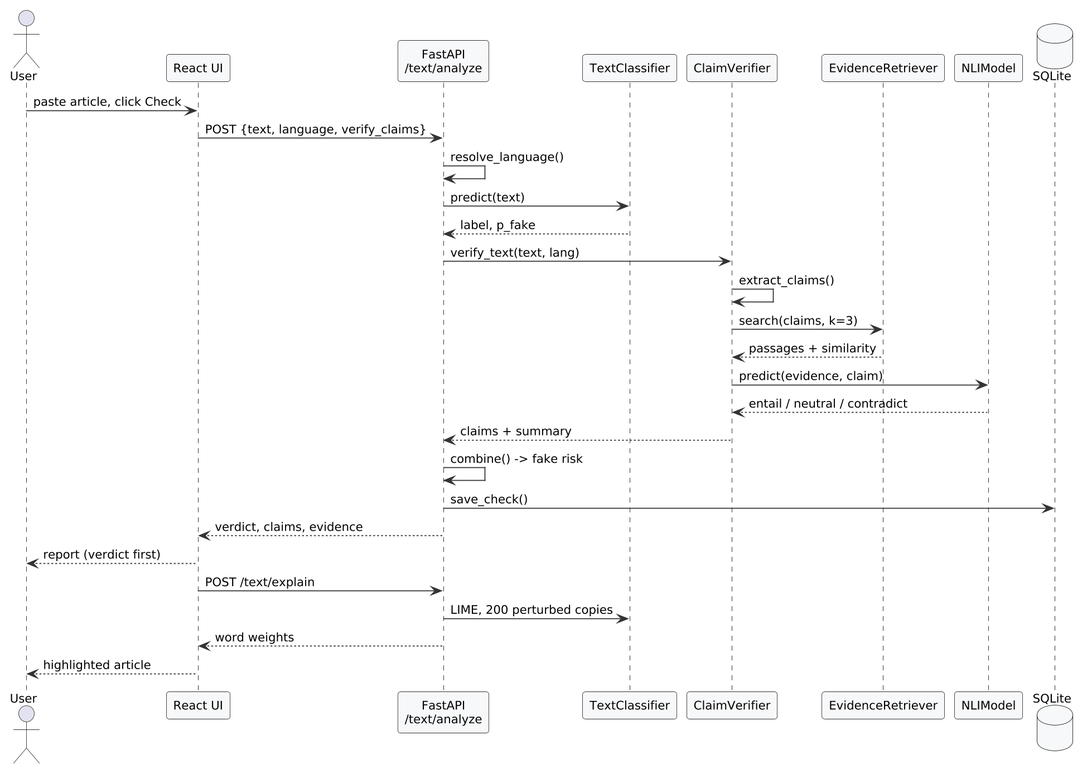
Earlier version of the PlantUML export report/figures/sequence_text.png (srivalli-kagitha/Fake-News-Detection).
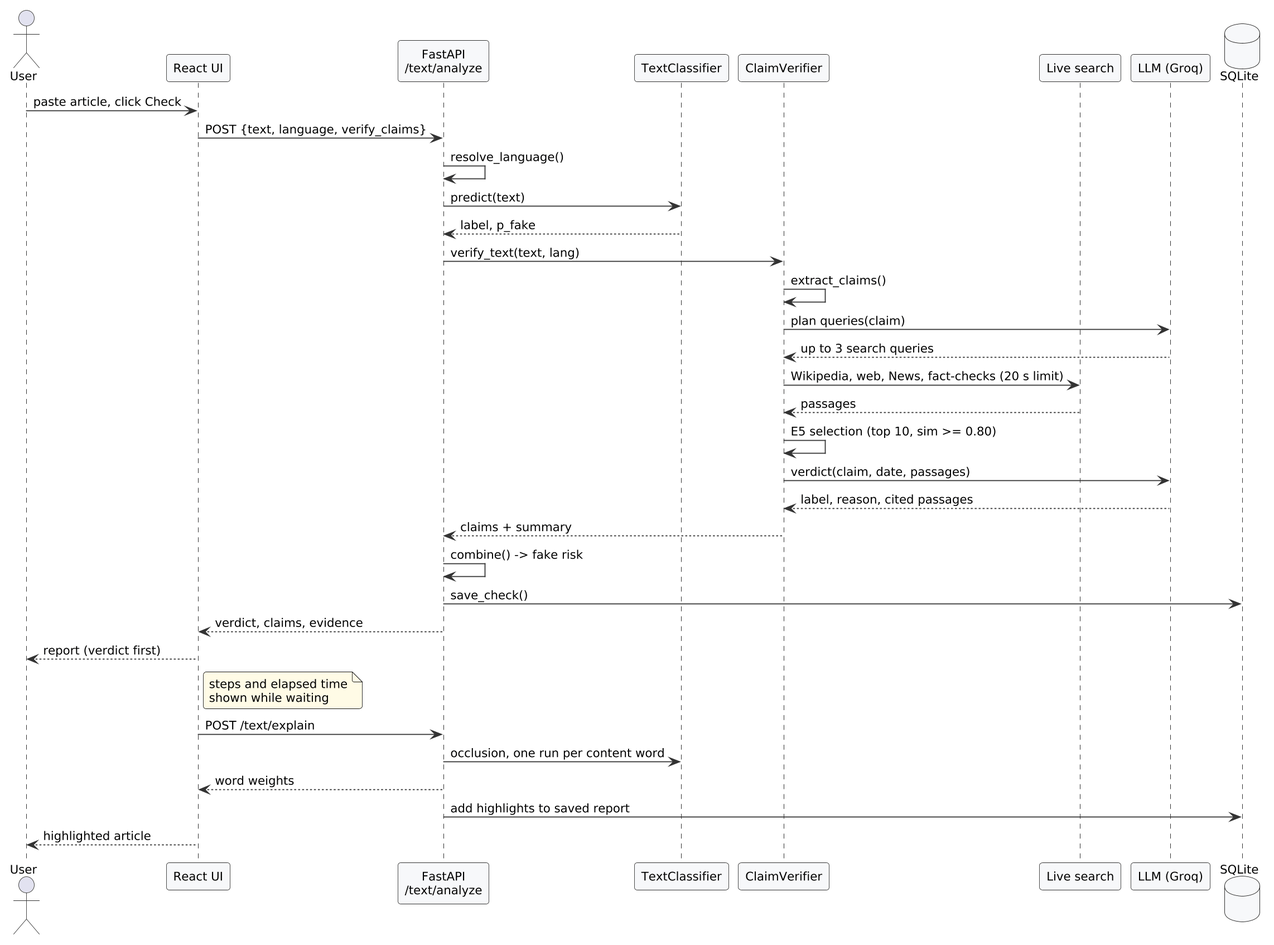
Above is the later version.

Change to the diagram source:
```diff
@@ -25,8 +25,8 @@
 participant "FastAPI\n/text/analyze" as API
 participant "TextClassifier" as C
 participant "ClaimVerifier" as V
-participant "EvidenceRetriever" as R
-participant "NLIModel" as N
+participant "Live search" as R
+participant "LLM (Groq)" as N
 database SQLite as DB
 User -> UI : paste article, click Check
 UI -> API : POST {text, language, verify_claims}
@@ -35,17 +35,22 @@
 C --> API : label, p_fake
 API -> V : verify_text(text, lang)
 V -> V : extract_claims()
-V -> R : search(claims, k=3)
-R --> V : passages + similarity
-V -> N : predict(evidence, claim)
-N --> V : entail / neutral / contradict
+V -> N : plan queries(claim)
+N --> V : up to 3 search queries
+V -> R : Wikipedia, web, News, fact-checks (20 s limit)
+R --> V : passages
+V -> V : E5 selection (top 10, sim >= 0.80)
+V -> N : verdict(claim, date, passages)
+N --> V : label, reason, cited passages
 V --> API : claims + summary
 API -> API : combine() -> fake risk
 API -> DB : save_check()
 API --> UI : verdict, claims, evidence
 UI --> User : report (verdict first)
+note right of UI : steps and elapsed time\nshown while waiting
 UI -> API : POST /text/explain
-API -> C : LIME, 200 perturbed copies
+API -> C : occlusion, one run per content word
 API --> UI : word weights
+API -> DB : add highlights to saved report
 UI --> User : highlighted article
 @enduml
```
